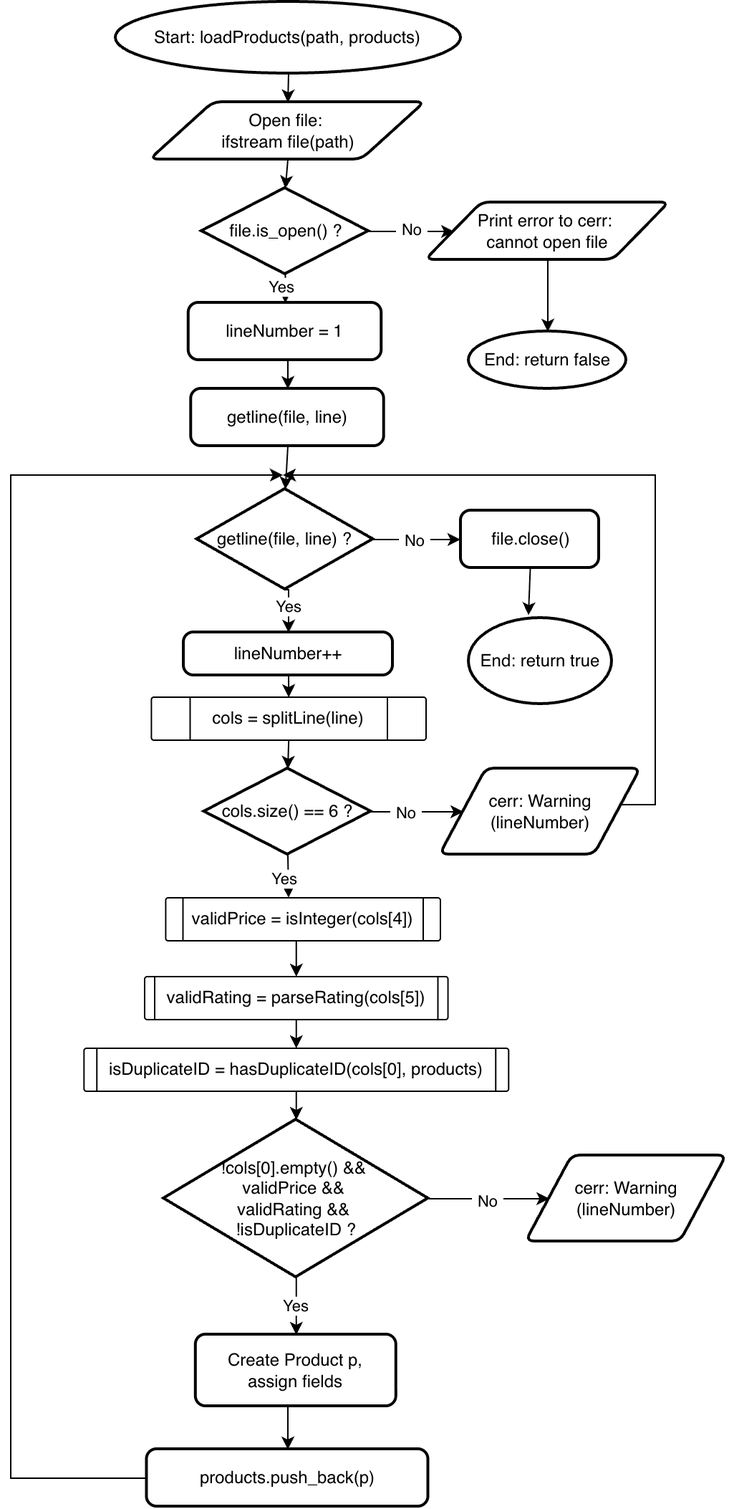
The draw.io diagram docs/flowcharts/T04-load-products.drawio.png in henryb0b/smartretail-p1-group1, before a commit. Source tidied: cells renumbered, new cells last; positions are measured from the earlier drawing's top-left corner, leaving out a move shared by most shapes.
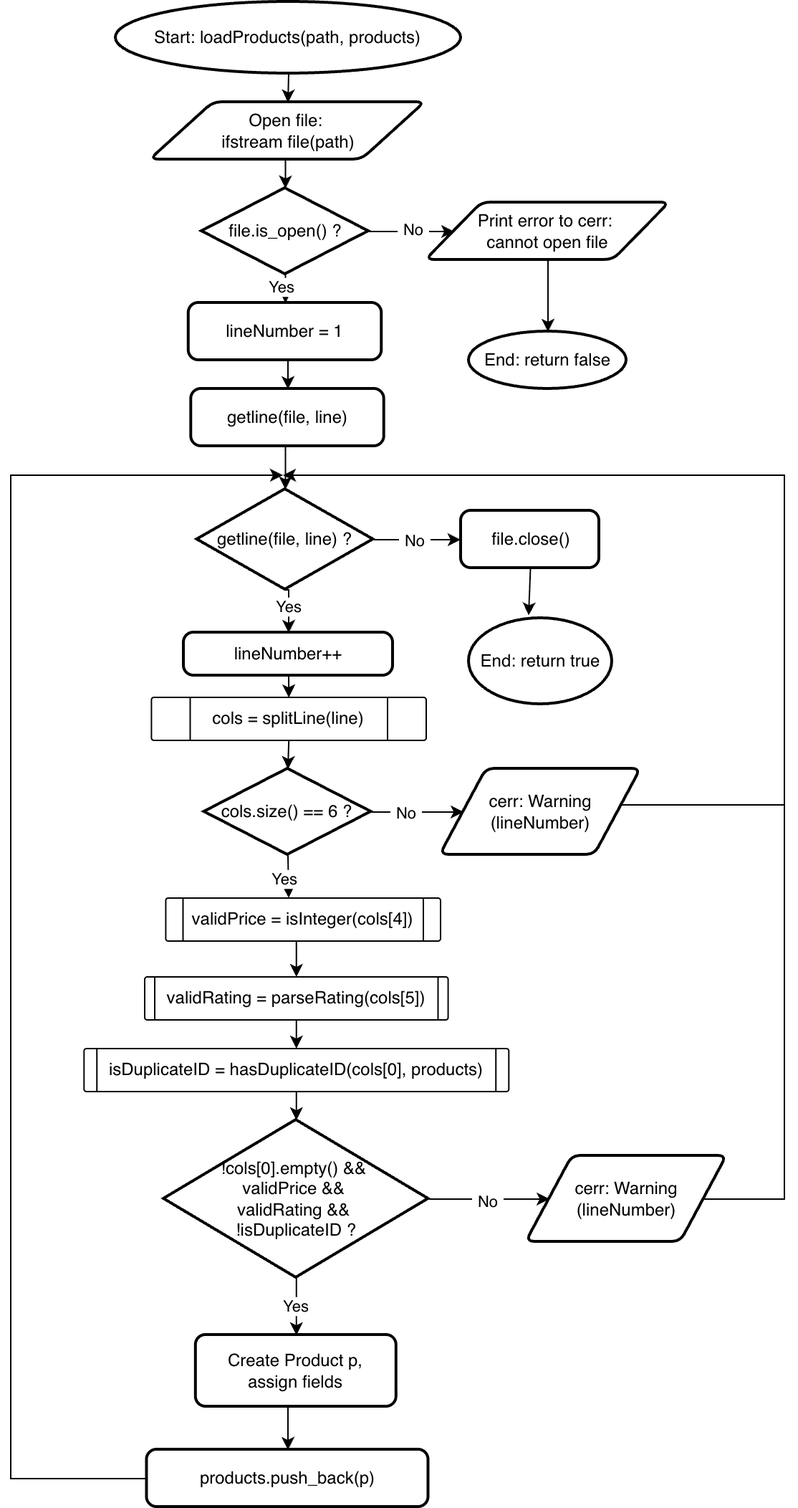
The same diagram one commit later.

Commit message:
Implement T04 product loader and update flowcharts

The edit, as a diff of the source:
```diff
@@ -76,11 +76,12 @@
       <mxGeometry x="135.2" y="535" width="116.5" height="60" as="geometry" />
     </mxCell>
     <mxCell id="25" style="edgeStyle=orthogonalEdgeStyle;rounded=0;jettySize=auto;html=1;exitX=1;exitY=0.5;exitDx=0;exitDy=0;defaultLabelBackgroundColor=page;labelPadding=0 4;endArrow=classic;endFill=1;" parent="1" edge="1" source="26">
-      <mxGeometry relative="1" as="geometry">
+      <mxGeometry x="0.26" relative="1" as="geometry">
         <mxPoint x="190" y="330" as="targetPoint" />
         <Array as="points">
-          <mxPoint x="450" y="560" />
-          <mxPoint x="450" y="330" />
+          <mxPoint x="423.9" y="560" />
+          <mxPoint x="540" y="560" />
+          <mxPoint x="540" y="330" />
         </Array>
       </mxGeometry>
     </mxCell>
@@ -97,6 +98,11 @@
         <mxPoint y="-1" as="offset" />
       </mxGeometry>
     </mxCell>
+    <mxCell id="52" style="edgeStyle=orthogonalEdgeStyle;rounded=0;jettySize=auto;html=1;exitX=1;exitY=0.5;exitDx=0;exitDy=0;defaultLabelBackgroundColor=page;labelPadding=0 4;endArrow=none;endFill=0;" parent="1" edge="1" source="29">
+      <mxGeometry relative="1" as="geometry">
+        <mxPoint x="540" y="560" as="targetPoint" />
+      </mxGeometry>
+    </mxCell>
     <mxCell id="29" value="cerr: Warning (lineNumber)" style="shape=parallelogram;html=1;strokeWidth=2;perimeter=parallelogramPerimeter;whiteSpace=wrap;rounded=1;arcSize=12;size=0.23;" parent="1" vertex="1">
       <mxGeometry x="360" y="805" width="140" height="60" as="geometry" />
     </mxCell>
```
